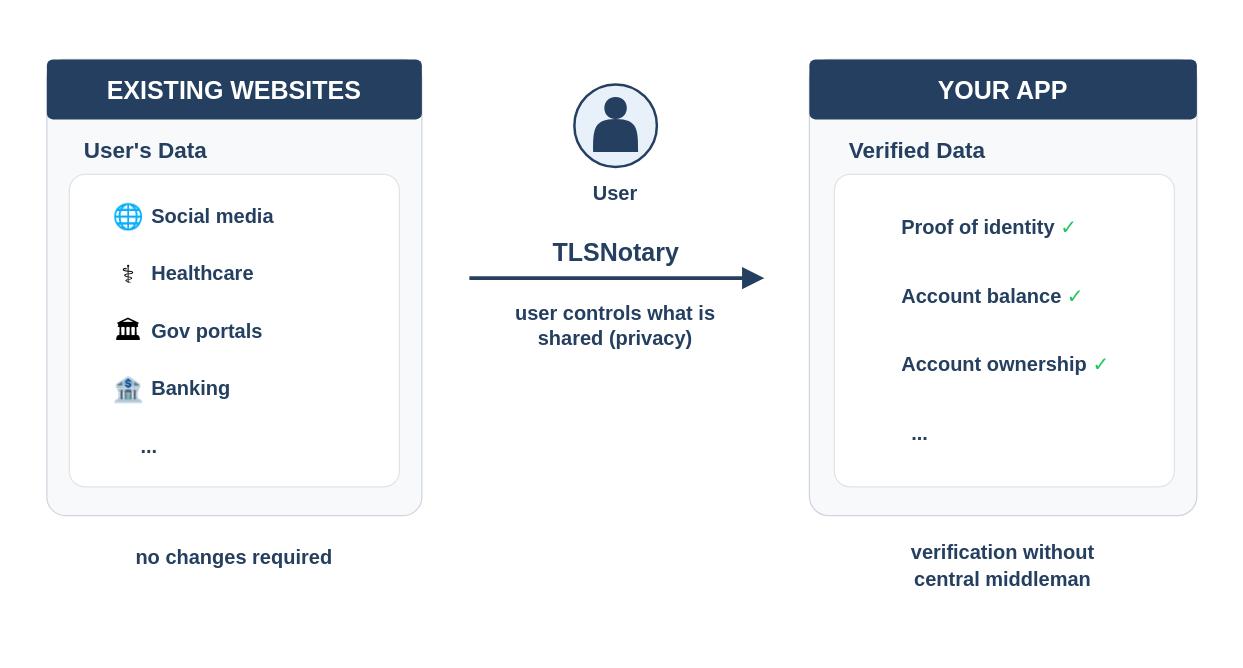
Before: diagrams/tlsnotary_what.drawio in tlsnotary/website, a draw.io diagram. Source tidied: cells renumbered, new cells numbered last; positions are measured from the earlier drawing's top-left corner, leaving out a move shared by most shapes. Both pictures are drawn from the tidied source at 125%, with x=0, y=0 at pixel (21, 21).
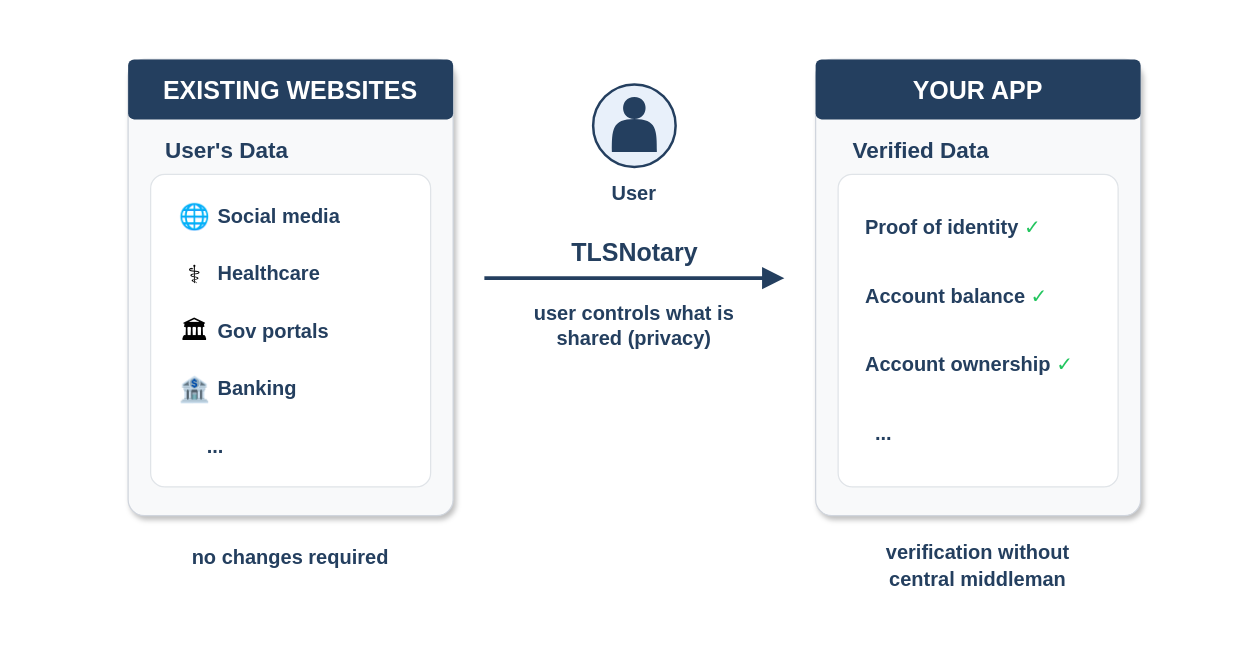
The same page after the edit.

What changed in the source:
```diff
@@
     <mxCell id="2" style="rounded=1;whiteSpace=wrap;html=1;fillColor=#ffffff;strokeColor=none;arcSize=4;" parent="1" vertex="1">
-      <mxGeometry width="960" height="500" as="geometry" />
+      <mxGeometry x="50" width="880" height="500" as="geometry" />
     </mxCell>
-    <mxCell id="3" style="rounded=1;whiteSpace=wrap;html=1;fillColor=#f8f9fa;strokeColor=#d0d5dd;arcSize=5;shadow=0;" parent="1" vertex="1">
-      <mxGeometry x="20" y="30" width="300" height="365" as="geometry" />
+    <mxCell id="3" style="rounded=1;whiteSpace=wrap;html=1;fillColor=#f8f9fa;strokeColor=#d0d5dd;arcSize=5;shadow=1;" parent="1" vertex="1">
+      <mxGeometry x="85" y="30" width="260" height="365" as="geometry" />
     </mxCell>
     <mxCell id="4" style="rounded=1;whiteSpace=wrap;html=1;fillColor=#243F5F;strokeColor=none;arcSize=10;" parent="1" vertex="1">
-      <mxGeometry x="20" y="30" width="300" height="48" as="geometry" />
+      <mxGeometry x="85" y="30" width="260" height="48" as="geometry" />
     </mxCell>
     <mxCell id="5" value="EXISTING WEBSITES" style="text;html=1;align=center;verticalAlign=middle;whiteSpace=wrap;rounded=0;fontStyle=1;fontSize=20;fontColor=#ffffff;fontFamily=Helvetica;" parent="1" vertex="1">
-      <mxGeometry x="20" y="30" width="300" height="48" as="geometry" />
+      <mxGeometry x="85" y="30" width="260" height="48" as="geometry" />
     </mxCell>
     <mxCell id="6" value="User's Data" style="text;html=1;align=left;verticalAlign=middle;whiteSpace=wrap;rounded=0;fontStyle=1;fontSize=18;fontColor=#243F5F;" parent="1" vertex="1">
-      <mxGeometry x="48" y="88" width="140" height="30" as="geometry" />
+      <mxGeometry x="113" y="88" width="140" height="30" as="geometry" />
     </mxCell>
     <mxCell id="7" style="rounded=1;whiteSpace=wrap;html=1;fillColor=#ffffff;strokeColor=#e0e4e8;arcSize=5;" parent="1" vertex="1">
-      <mxGeometry x="38" y="122" width="264" height="250" as="geometry" />
+      <mxGeometry x="103" y="122" width="224" height="250" as="geometry" />
     </mxCell>
     <mxCell id="8" value="🌐" style="text;html=1;align=center;verticalAlign=middle;fontSize=20;" parent="1" vertex="1">
-      <mxGeometry x="70" y="140" width="30" height="30" as="geometry" />
+      <mxGeometry x="123" y="140" width="30" height="30" as="geometry" />
     </mxCell>
     <mxCell id="9" value="Social media" style="text;html=1;align=left;verticalAlign=middle;whiteSpace=wrap;rounded=0;fontStyle=1;fontSize=16;fontColor=#243F5F;" parent="1" vertex="1">
-      <mxGeometry x="102" y="140" width="110" height="30" as="geometry" />
+      <mxGeometry x="155" y="140" width="110" height="30" as="geometry" />
     </mxCell>
     <mxCell id="10" value="⚕" style="text;html=1;align=center;verticalAlign=middle;fontSize=20;" parent="1" vertex="1">
-      <mxGeometry x="70" y="186" width="30" height="30" as="geometry" />
+      <mxGeometry x="123" y="186" width="30" height="30" as="geometry" />
     </mxCell>
     <mxCell id="11" value="Healthcare" style="text;html=1;align=left;verticalAlign=middle;whiteSpace=wrap;rounded=0;fontStyle=1;fontSize=16;fontColor=#243F5F;" parent="1" vertex="1">
-      <mxGeometry x="102" y="186" width="100" height="30" as="geometry" />
+      <mxGeometry x="155" y="186" width="100" height="30" as="geometry" />
     </mxCell>
     <mxCell id="12" value="🏛" style="text;html=1;align=center;verticalAlign=middle;fontSize=20;" parent="1" vertex="1">
-      <mxGeometry x="70" y="232" width="30" height="30" as="geometry" />
+      <mxGeometry x="123" y="232" width="30" height="30" as="geometry" />
     </mxCell>
     <mxCell id="13" value="Gov portals" style="text;html=1;align=left;verticalAlign=middle;whiteSpace=wrap;rounded=0;fontStyle=1;fontSize=16;fontColor=#243F5F;" parent="1" vertex="1">
-      <mxGeometry x="102" y="232" width="105" height="30" as="geometry" />
+      <mxGeometry x="155" y="232" width="105" height="30" as="geometry" />
     </mxCell>
     <mxCell id="14" value="🏦" style="text;html=1;align=center;verticalAlign=middle;fontSize=20;" parent="1" vertex="1">
-      <mxGeometry x="70" y="278" width="30" height="30" as="geometry" />
+      <mxGeometry x="123" y="278" width="30" height="30" as="geometry" />
     </mxCell>
     <mxCell id="15" value="Banking" style="text;html=1;align=left;verticalAlign=middle;whiteSpace=wrap;rounded=0;fontStyle=1;fontSize=16;fontColor=#243F5F;" parent="1" vertex="1">
-      <mxGeometry x="102" y="278" width="80" height="30" as="geometry" />
+      <mxGeometry x="155" y="278" width="80" height="30" as="geometry" />
     </mxCell>
     <mxCell id="16" value="..." style="text;html=1;align=center;verticalAlign=middle;whiteSpace=wrap;rounded=0;fontSize=16;fontColor=#243F5F;fontStyle=1;" parent="1" vertex="1">
-      <mxGeometry x="82" y="324" width="40" height="30" as="geometry" />
+      <mxGeometry x="135" y="324" width="40" height="30" as="geometry" />
     </mxCell>
     <mxCell id="17" style="ellipse;whiteSpace=wrap;html=1;fillColor=#e8f0fa;strokeColor=#243F5F;strokeWidth=2;" parent="1" vertex="1">
-      <mxGeometry x="442" y="50" width="66" height="66" as="geometry" />
+      <mxGeometry x="457" y="50" width="66" height="66" as="geometry" />
     </mxCell>
     <mxCell id="18" style="shape=actor;whiteSpace=wrap;html=1;fillColor=#243F5F;strokeColor=none;" parent="1" vertex="1">
-      <mxGeometry x="457" y="60" width="36" height="44" as="geometry" />
+      <mxGeometry x="472" y="60" width="36" height="44" as="geometry" />
     </mxCell>
     <mxCell id="19" value="User" style="text;html=1;align=center;verticalAlign=middle;whiteSpace=wrap;rounded=0;fontSize=16;fontStyle=1;fontColor=#243F5F;" parent="1" vertex="1">
-      <mxGeometry x="440" y="125" width="70" height="24" as="geometry" />
+      <mxGeometry x="455" y="125" width="70" height="24" as="geometry" />
     </mxCell>
     <mxCell id="20" style="endArrow=block;endFill=1;html=1;strokeWidth=3;strokeColor=#243F5F;endSize=10;rounded=0;" parent="1" edge="1">
       <mxGeometry relative="1" as="geometry">
-        <mxPoint x="358" y="205" as="sourcePoint" />
-        <mxPoint x="594" y="205" as="targetPoint" />
+        <mxPoint x="370" y="205" as="sourcePoint" />
+        <mxPoint x="610" y="205" as="targetPoint" />
       </mxGeometry>
     </mxCell>
     <mxCell id="21" value="TLSNotary" style="text;html=1;align=center;verticalAlign=middle;whiteSpace=wrap;rounded=0;fontSize=20;fontStyle=1;fontColor=#243F5F;" parent="1" vertex="1">
-      <mxGeometry x="408" y="168" width="135" height="32" as="geometry" />
+      <mxGeometry x="423" y="168" width="135" height="32" as="geometry" />
     </mxCell>
-    <mxCell id="22" value="&lt;font style=&quot;font-size: 16px;&quot;&gt;user controls what is shared (privacy)&lt;/font&gt;" style="text;html=1;align=center;verticalAlign=middle;whiteSpace=wrap;rounded=0;fontStyle=1;fontSize=14;fontColor=#243F5F;" parent="1" vertex="1">
-      <mxGeometry x="380" y="222" width="190" height="42" as="geometry" />
+    <mxCell id="22" value="&lt;font style=&quot;font-size: 16px;&quot;&gt;user controls what is shared (privacy)&lt;/font&gt;" style="text;html=1;align=center;verticalAlign=middle;whiteSpace=wrap;rounded=0;fontStyle=1;fontSize=16;fontColor=#243F5F;" parent="1" vertex="1">
+      <mxGeometry x="395" y="222" width="190" height="42" as="geometry" />
     </mxCell>
-    <mxCell id="23" style="rounded=1;whiteSpace=wrap;html=1;fillColor=#f8f9fa;strokeColor=#d0d5dd;arcSize=5;shadow=0;" parent="1" vertex="1">
-      <mxGeometry x="630" y="30" width="310" height="365" as="geometry" />
+    <mxCell id="23" style="rounded=1;whiteSpace=wrap;html=1;fillColor=#f8f9fa;strokeColor=#d0d5dd;arcSize=5;shadow=1;" parent="1" vertex="1">
+      <mxGeometry x="635" y="30" width="260" height="365" as="geometry" />
     </mxCell>
     <mxCell id="24" style="rounded=1;whiteSpace=wrap;html=1;fillColor=#243F5F;strokeColor=none;arcSize=10;" parent="1" vertex="1">
-      <mxGeometry x="630" y="30" width="310" height="48" as="geometry" />
+      <mxGeometry x="635" y="30" width="260" height="48" as="geometry" />
     </mxCell>
     <mxCell id="25" value="YOUR APP" style="text;html=1;align=center;verticalAlign=middle;whiteSpace=wrap;rounded=0;fontStyle=1;fontSize=20;fontColor=#ffffff;fontFamily=Helvetica;" parent="1" vertex="1">
-      <mxGeometry x="630" y="30" width="310" height="48" as="geometry" />
+      <mxGeometry x="635" y="30" width="260" height="48" as="geometry" />
     </mxCell>
     <mxCell id="26" value="Verified Data" style="text;html=1;align=left;verticalAlign=middle;whiteSpace=wrap;rounded=0;fontStyle=1;fontSize=18;fontColor=#243F5F;" parent="1" vertex="1">
-      <mxGeometry x="660" y="88" width="140" height="30" as="geometry" />
+      <mxGeometry x="663" y="88" width="140" height="30" as="geometry" />
     </mxCell>
     <mxCell id="27" style="rounded=1;whiteSpace=wrap;html=1;fillColor=#ffffff;strokeColor=#e0e4e8;arcSize=5;" parent="1" vertex="1">
-      <mxGeometry x="650" y="122" width="272" height="250" as="geometry" />
+      <mxGeometry x="653" y="122" width="224" height="250" as="geometry" />
     </mxCell>
     <mxCell id="28" value="Proof of identity&amp;nbsp;&lt;span style=&quot;font-family: &amp;quot;Google Sans&amp;quot;, Arial, sans-serif; font-weight: 400; background-color: rgb(255, 255, 255);&quot;&gt;&lt;font style=&quot;color: rgb(34, 197, 94);&quot;&gt;✓&lt;/font&gt;&lt;/span&gt;" style="text;html=1;align=left;verticalAlign=middle;whiteSpace=wrap;rounded=0;fontStyle=1;fontSize=16;fontColor=#243F5F;" parent="1" vertex="1">
-      <mxGeometry x="702" y="151" width="180" height="26" as="geometry" />
+      <mxGeometry x="673" y="151" width="190" height="26" as="geometry" />
     </mxCell>
     <mxCell id="29" value="Account balance&amp;nbsp;&lt;span style=&quot;font-family: &amp;quot;Google Sans&amp;quot;, Arial, sans-serif; font-weight: 400; background-color: rgb(255, 255, 255);&quot;&gt;&lt;font style=&quot;color: rgb(34, 197, 94);&quot;&gt;✓&lt;/font&gt;&lt;/span&gt;" style="text;html=1;align=left;verticalAlign=middle;whiteSpace=wrap;rounded=0;fontStyle=1;fontSize=16;fontColor=#243F5F;" parent="1" vertex="1">
-      <mxGeometry x="702" y="206" width="180" height="26" as="geometry" />
+      <mxGeometry x="673" y="206" width="190" height="26" as="geometry" />
     </mxCell>
     <mxCell id="30" value="Account ownership&amp;nbsp;&lt;span style=&quot;font-family: &amp;quot;Google Sans&amp;quot;, Arial, sans-serif; font-weight: 400; background-color: rgb(255, 255, 255);&quot;&gt;&lt;font style=&quot;color: rgb(34, 197, 94);&quot;&gt;✓&lt;/font&gt;&lt;/span&gt;" style="text;html=1;align=left;verticalAlign=middle;whiteSpace=wrap;rounded=0;fontStyle=1;fontSize=16;fontColor=#243F5F;" parent="1" vertex="1">
-      <mxGeometry x="702" y="261" width="200" height="26" as="geometry" />
+      <mxGeometry x="673" y="261" width="200" height="26" as="geometry" />
     </mxCell>
     <mxCell id="31" value="..." style="text;html=1;align=left;verticalAlign=middle;whiteSpace=wrap;rounded=0;fontSize=16;fontColor=#243F5F;fontStyle=1;" parent="1" vertex="1">
-      <mxGeometry x="710" y="316" width="40" height="26" as="geometry" />
+      <mxGeometry x="681" y="316" width="40" height="26" as="geometry" />
     </mxCell>
     <mxCell id="32" value="&lt;font style=&quot;font-size: 16px;&quot;&gt;no changes required&lt;/font&gt;" style="text;html=1;align=center;verticalAlign=middle;whiteSpace=wrap;rounded=0;fontStyle=1;fontSize=18;fontColor=#243F5F;" parent="1" vertex="1">
-      <mxGeometry x="20" y="410" width="300" height="36" as="geometry" />
+      <mxGeometry x="85" y="410" width="260" height="36" as="geometry" />
     </mxCell>
     <mxCell id="33" value="&lt;font style=&quot;font-size: 16px;&quot;&gt;verification without&lt;br&gt;central middleman&lt;/font&gt;" style="text;html=1;align=center;verticalAlign=middle;whiteSpace=wrap;rounded=0;fontStyle=1;fontSize=18;fontColor=#243F5F;" parent="1" vertex="1">
-      <mxGeometry x="630" y="410" width="310" height="50" as="geometry" />
+      <mxGeometry x="635" y="410" width="260" height="50" as="geometry" />
     </mxCell>
```
